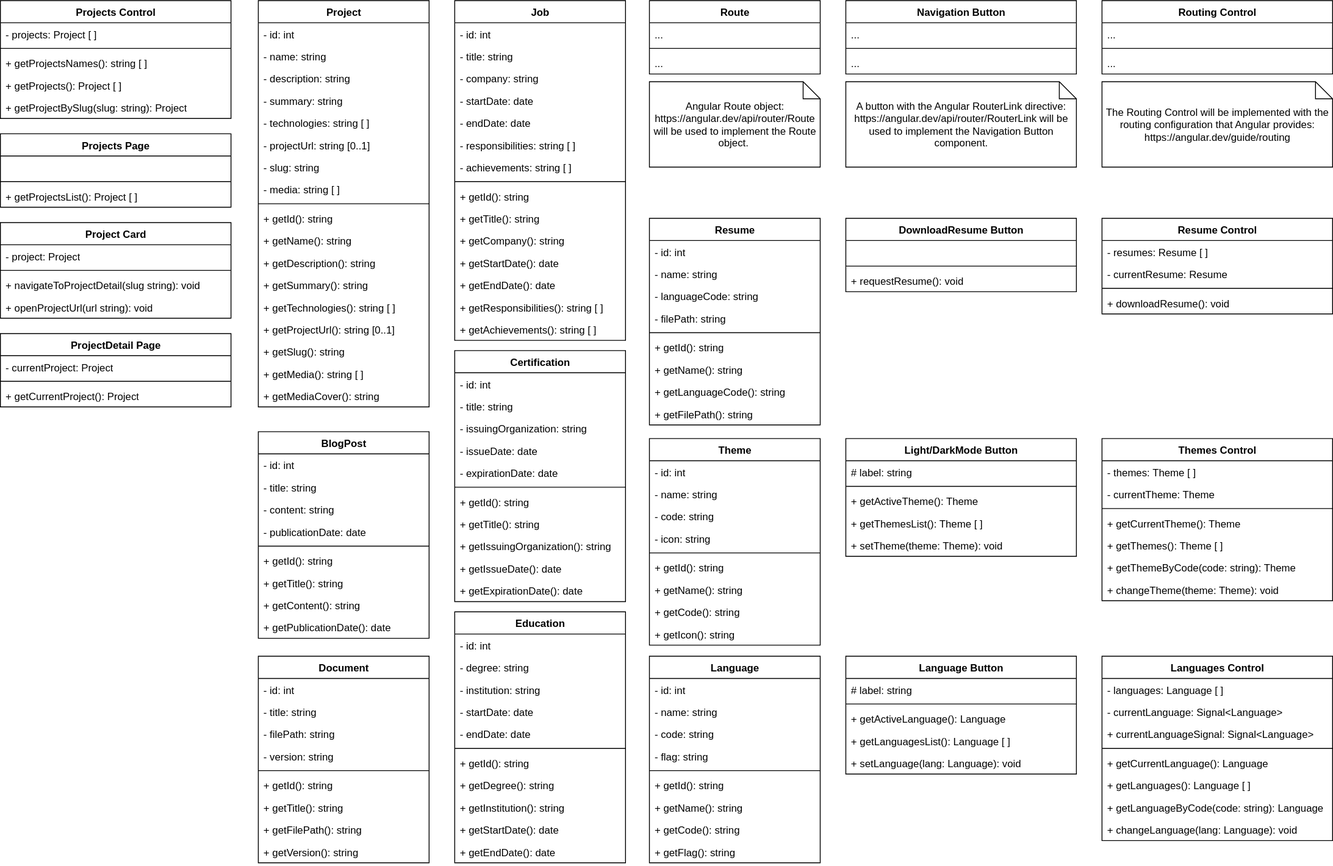
Earlier version of the draw.io export documents/ClassDiagram.svg (larr97/portfolio-project). Source tidied: cells renumbered, new cells last; positions are measured from the earlier drawing's top-left corner, leaving out a move shared by most shapes.
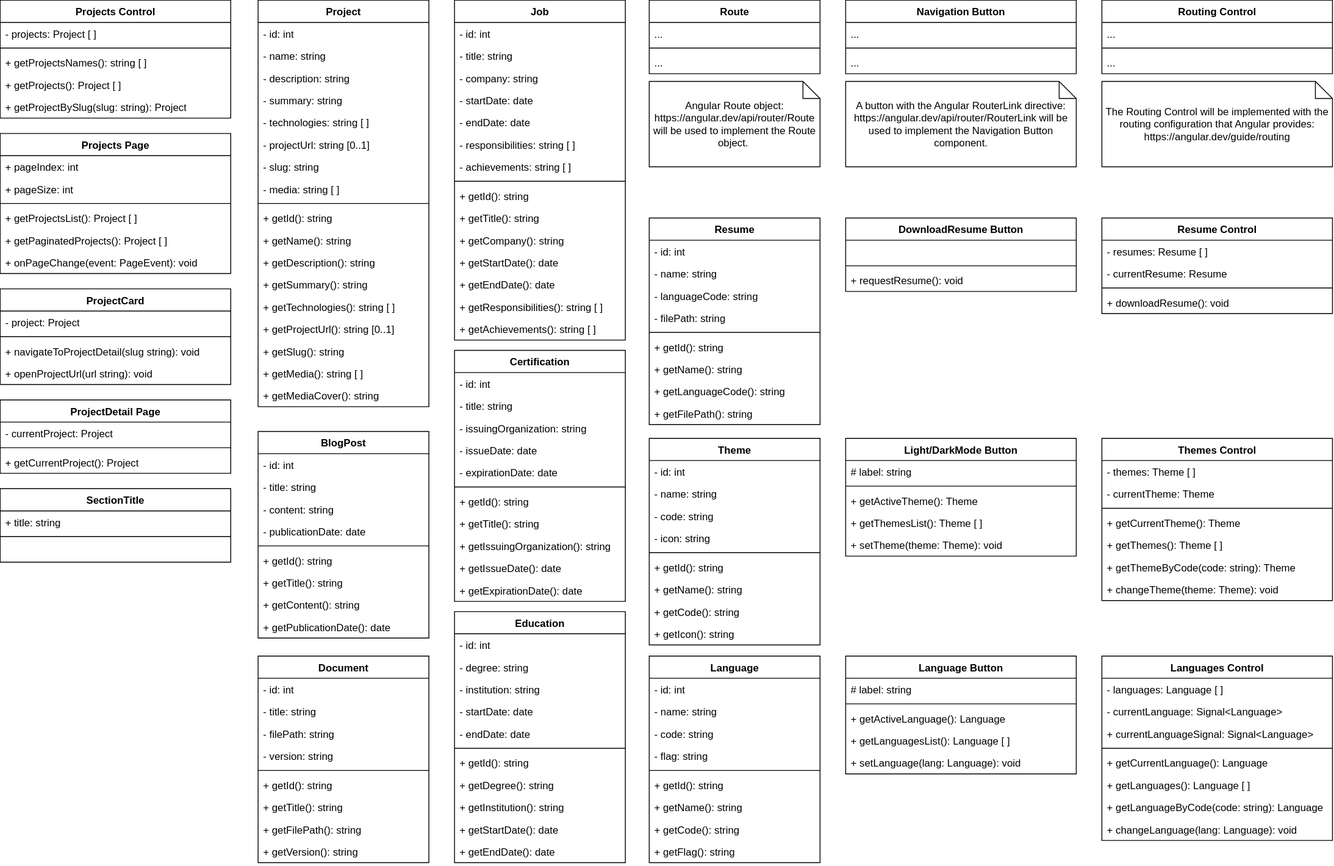
Above is the later version.

What changed in the source:
```diff
@@ -507,19 +507,28 @@
       <mxGeometry x="1290" y="95" width="270" height="100" as="geometry" />
     </mxCell>
     <mxCell id="170" value="Projects Page" style="swimlane;fontStyle=1;align=center;verticalAlign=top;horizontal=1;startSize=26;whiteSpace=wrap;html=1;fillColor=#FFFFFF;" parent="1" vertex="1">
-      <mxGeometry y="156" width="270" height="86" as="geometry" />
+      <mxGeometry y="156" width="270" height="164" as="geometry" />
     </mxCell>
-    <mxCell id="171" value="&amp;nbsp;" style="text;strokeColor=none;fillColor=none;align=left;verticalAlign=top;spacingLeft=4;spacingRight=4;overflow=hidden;whiteSpace=wrap;html=1;" parent="170" vertex="1">
+    <mxCell id="171" value="+ pageIndex: int" style="text;strokeColor=none;fillColor=none;align=left;verticalAlign=top;spacingLeft=4;spacingRight=4;overflow=hidden;whiteSpace=wrap;html=1;" parent="170" vertex="1">
       <mxGeometry y="26" width="270" height="26" as="geometry" />
     </mxCell>
+    <mxCell id="183" value="+ pageSize: int" style="text;strokeColor=none;fillColor=none;align=left;verticalAlign=top;spacingLeft=4;spacingRight=4;overflow=hidden;whiteSpace=wrap;html=1;" parent="170" vertex="1">
+      <mxGeometry y="52" width="270" height="26" as="geometry" />
+    </mxCell>
     <mxCell id="172" style="line;strokeWidth=1;fillColor=none;align=left;verticalAlign=middle;spacingTop=-1;spacingLeft=3;spacingRight=3;labelPosition=right;strokeColor=inherit;" parent="170" vertex="1">
-      <mxGeometry y="52" width="270" height="8" as="geometry" />
+      <mxGeometry y="78" width="270" height="8" as="geometry" />
     </mxCell>
     <mxCell id="173" value="+ getProjectsList(): Project [ ]" style="text;strokeColor=none;fillColor=none;align=left;verticalAlign=top;spacingLeft=4;spacingRight=4;overflow=hidden;whiteSpace=wrap;html=1;" parent="170" vertex="1">
-      <mxGeometry y="60" width="270" height="26" as="geometry" />
+      <mxGeometry y="86" width="270" height="26" as="geometry" />
     </mxCell>
+    <mxCell id="184" value="+ getPaginatedProjects(): Project [ ]" style="text;strokeColor=none;fillColor=none;align=left;verticalAlign=top;spacingLeft=4;spacingRight=4;overflow=hidden;whiteSpace=wrap;html=1;" parent="170" vertex="1">
+      <mxGeometry y="112" width="270" height="26" as="geometry" />
+    </mxCell>
+    <mxCell id="185" value="+ onPageChange(event: PageEvent): void" style="text;strokeColor=none;fillColor=none;align=left;verticalAlign=top;spacingLeft=4;spacingRight=4;overflow=hidden;whiteSpace=wrap;html=1;" parent="170" vertex="1">
+      <mxGeometry y="138" width="270" height="26" as="geometry" />
+    </mxCell>
-    <mxCell id="174" value="Project Card" style="swimlane;fontStyle=1;align=center;verticalAlign=top;horizontal=1;startSize=26;whiteSpace=wrap;html=1;fillColor=#FFFFFF;" parent="1" vertex="1">
-      <mxGeometry y="260" width="270" height="112" as="geometry" />
+    <mxCell id="174" value="ProjectCard" style="swimlane;fontStyle=1;align=center;verticalAlign=top;horizontal=1;startSize=26;whiteSpace=wrap;html=1;fillColor=#FFFFFF;" parent="1" vertex="1">
+      <mxGeometry y="338" width="270" height="112" as="geometry" />
     </mxCell>
     <mxCell id="175" value="- project: Project" style="text;strokeColor=none;fillColor=none;align=left;verticalAlign=top;spacingLeft=4;spacingRight=4;overflow=hidden;whiteSpace=wrap;html=1;" parent="174" vertex="1">
       <mxGeometry y="26" width="270" height="26" as="geometry" />
@@ -534,7 +543,7 @@
       <mxGeometry y="86" width="270" height="26" as="geometry" />
     </mxCell>
     <mxCell id="179" value="ProjectDetail Page" style="swimlane;fontStyle=1;align=center;verticalAlign=top;horizontal=1;startSize=26;whiteSpace=wrap;html=1;fillColor=#FFFFFF;" parent="1" vertex="1">
-      <mxGeometry y="390" width="270" height="86" as="geometry" />
+      <mxGeometry y="468" width="270" height="86" as="geometry" />
     </mxCell>
     <mxCell id="180" value="- currentProject: Project" style="text;strokeColor=none;fillColor=none;align=left;verticalAlign=top;spacingLeft=4;spacingRight=4;overflow=hidden;whiteSpace=wrap;html=1;" parent="179" vertex="1">
       <mxGeometry y="26" width="270" height="26" as="geometry" />
@@ -545,5 +554,17 @@
     <mxCell id="182" value="+ getCurrentProject(): Project" style="text;strokeColor=none;fillColor=none;align=left;verticalAlign=top;spacingLeft=4;spacingRight=4;overflow=hidden;whiteSpace=wrap;html=1;" parent="179" vertex="1">
       <mxGeometry y="60" width="270" height="26" as="geometry" />
     </mxCell>
+    <mxCell id="186" value="SectionTitle" style="swimlane;fontStyle=1;align=center;verticalAlign=top;horizontal=1;startSize=26;whiteSpace=wrap;html=1;fillColor=#FFFFFF;" parent="1" vertex="1">
+      <mxGeometry y="572" width="270" height="86" as="geometry" />
+    </mxCell>
+    <mxCell id="187" value="+ title: string" style="text;strokeColor=none;fillColor=none;align=left;verticalAlign=top;spacingLeft=4;spacingRight=4;overflow=hidden;whiteSpace=wrap;html=1;" parent="186" vertex="1">
+      <mxGeometry y="26" width="270" height="26" as="geometry" />
+    </mxCell>
+    <mxCell id="188" style="line;strokeWidth=1;fillColor=none;align=left;verticalAlign=middle;spacingTop=-1;spacingLeft=3;spacingRight=3;labelPosition=right;strokeColor=inherit;" parent="186" vertex="1">
+      <mxGeometry y="52" width="270" height="8" as="geometry" />
+    </mxCell>
+    <mxCell id="189" value="&amp;nbsp;" style="text;strokeColor=none;fillColor=none;align=left;verticalAlign=top;spacingLeft=4;spacingRight=4;overflow=hidden;whiteSpace=wrap;html=1;" parent="186" vertex="1">
+      <mxGeometry y="60" width="270" height="26" as="geometry" />
+    </mxCell>
   </root>
 </mxGraphModel>
```
